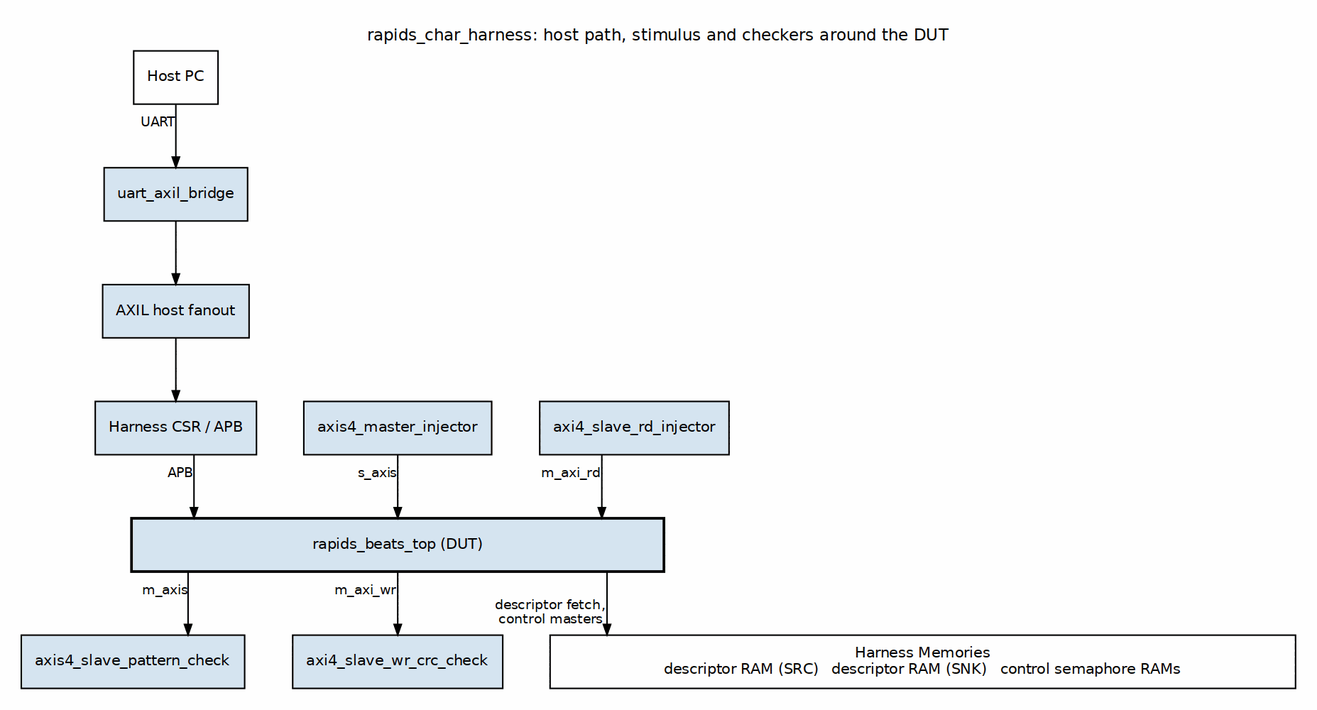
Before: projects/fpga-systems/Genesys2/dma-ip/rapids_beats/docs/assets/graphviz/rapids_char_harness.png, a diagram exported from Graphviz (sean-galloway/RTLDesignSherpa). Its source is kept beside it as projects/fpga-systems/Genesys2/dma-ip/rapids_beats/docs/assets/graphviz/rapids_char_harness.dot. The source it was exported from:
```dot
digraph rapids_char_harness {
    graph [rankdir=TB, bgcolor="white", fontname="Helvetica", fontsize=11, nodesep="0.45", ranksep="0.6", splines=ortho, newrank=true, labelloc=t, labeljust=c, pad="0.2", label="rapids_char_harness: host path, stimulus and checkers around the DUT"];
    node  [fontname="Helvetica", fontsize=10, shape=box, style=filled, fillcolor="#D6E4F0", color="black", margin="0.12,0.06"];
    edge  [fontname="Helvetica", fontsize=9, color="black", arrowsize=0.7];
    host  [label="Host PC", fillcolor="white"];
    uart  [label="uart_axil_bridge"];
    fan   [label="AXIL host fanout"];
    csr   [label="Harness CSR / APB"];
    gen   [label="axis4_master_injector"];
    rdp   [label="axi4_slave_rd_injector"];
    dut   [label="rapids_beats_top (DUT)", width=5, penwidth=1.8];
    chk   [label="axis4_slave_pattern_check"];
    wcrc  [label="axi4_slave_wr_crc_check"];
    bar   [label="Harness Memories\ndescriptor RAM (SRC)   descriptor RAM (SNK)   control semaphore RAMs", fillcolor="white", width=7];

    host -> uart [xlabel="UART"];
    uart -> fan -> csr;
    csr  -> dut  [xlabel="APB"];
    gen  -> dut  [xlabel="s_axis"];
    rdp  -> dut  [xlabel="m_axi_rd"];
    dut  -> chk  [xlabel="m_axis"];
    dut  -> wcrc [xlabel="m_axi_wr"];
    dut  -> bar  [xlabel="descriptor fetch,\ncontrol masters"];
    { rank=same; gen; csr; rdp; }
    { rank=same; chk; wcrc; }
}
```
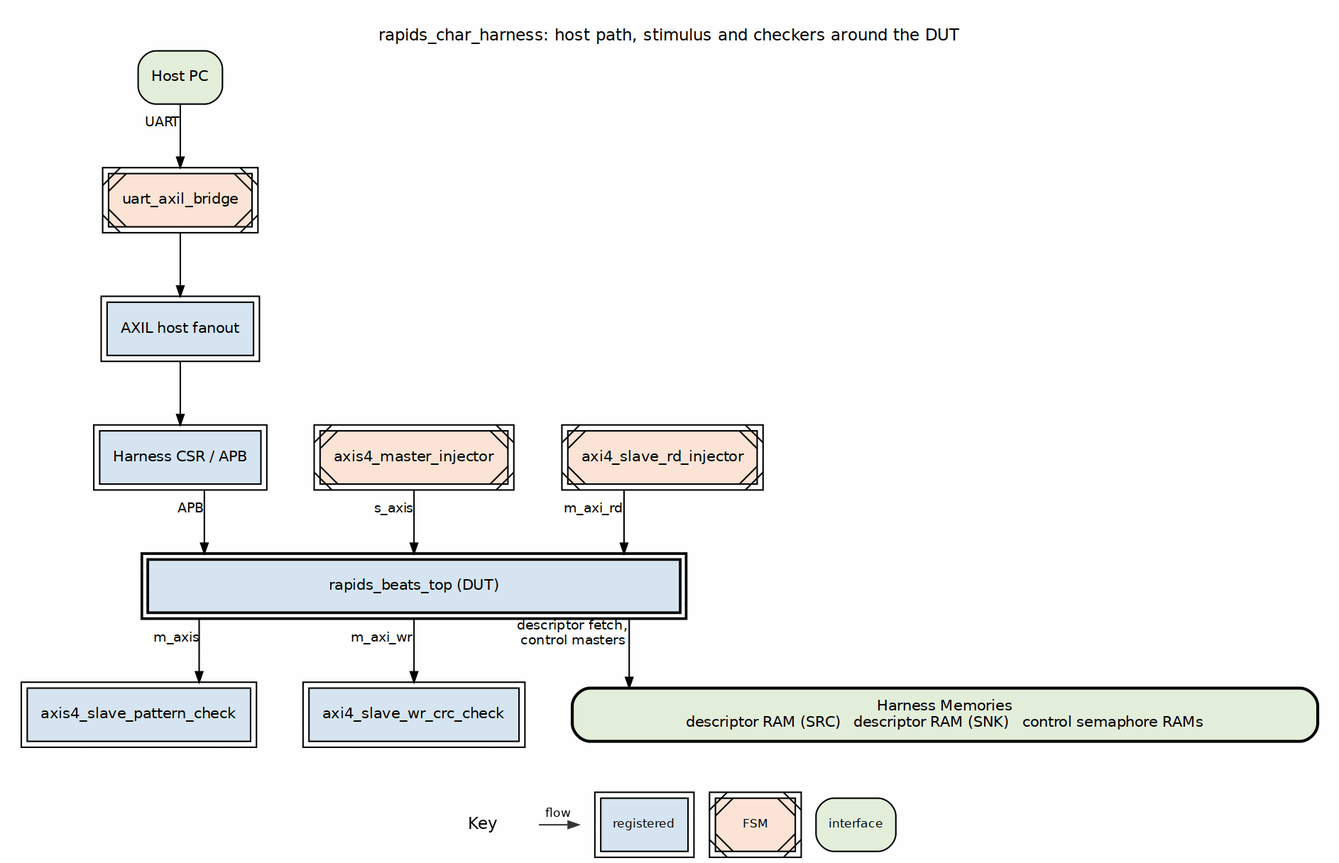
After the change.

Change to the diagram source:
```diff
@@ -1,17 +1,17 @@
 digraph rapids_char_harness {
     graph [rankdir=TB, bgcolor="white", fontname="Helvetica", fontsize=11, nodesep="0.45", ranksep="0.6", splines=ortho, newrank=true, labelloc=t, labeljust=c, pad="0.2", label="rapids_char_harness: host path, stimulus and checkers around the DUT"];
-    node  [fontname="Helvetica", fontsize=10, shape=box, style=filled, fillcolor="#D6E4F0", color="black", margin="0.12,0.06"];
+    node  [fontname="Helvetica", fontsize=10, shape=box, style=filled, fillcolor="white", color="black", margin="0.12,0.06"];
     edge  [fontname="Helvetica", fontsize=9, color="black", arrowsize=0.7];
-    host  [label="Host PC", fillcolor="white"];
-    uart  [label="uart_axil_bridge"];
-    fan   [label="AXIL host fanout"];
-    csr   [label="Harness CSR / APB"];
-    gen   [label="axis4_master_injector"];
-    rdp   [label="axi4_slave_rd_injector"];
-    dut   [label="rapids_beats_top (DUT)", width=5, penwidth=1.8];
-    chk   [label="axis4_slave_pattern_check"];
-    wcrc  [label="axi4_slave_wr_crc_check"];
-    bar   [label="Harness Memories\ndescriptor RAM (SRC)   descriptor RAM (SNK)   control semaphore RAMs", fillcolor="white", width=7];
+    host  [label="Host PC", fillcolor="white", style="rounded,filled", fillcolor="#E2EFDA"];
+    uart  [label="uart_axil_bridge", peripheries=2, style="filled,diagonals", fillcolor="#FCE4D6"];
+    fan   [label="AXIL host fanout", peripheries=2, style="filled", fillcolor="#D6E4F0"];
+    csr   [label="Harness CSR / APB", peripheries=2, style="filled", fillcolor="#D6E4F0"];
+    gen   [label="axis4_master_injector", peripheries=2, style="filled,diagonals", fillcolor="#FCE4D6"];
+    rdp   [label="axi4_slave_rd_injector", peripheries=2, style="filled,diagonals", fillcolor="#FCE4D6"];
+    dut   [label="rapids_beats_top (DUT)", width=5, penwidth=1.8, peripheries=2, style="filled", fillcolor="#D6E4F0"];
+    chk   [label="axis4_slave_pattern_check", peripheries=2, style="filled", fillcolor="#D6E4F0"];
+    wcrc  [label="axi4_slave_wr_crc_check", peripheries=2, style="filled", fillcolor="#D6E4F0"];
+    bar   [label="Harness Memories\ndescriptor RAM (SRC)   descriptor RAM (SNK)   control semaphore RAMs", fillcolor="white", width=7, style="rounded,filled,bold", fillcolor="#E2EFDA"];
 
     host -> uart [xlabel="UART"];
     uart -> fan -> csr;
```
